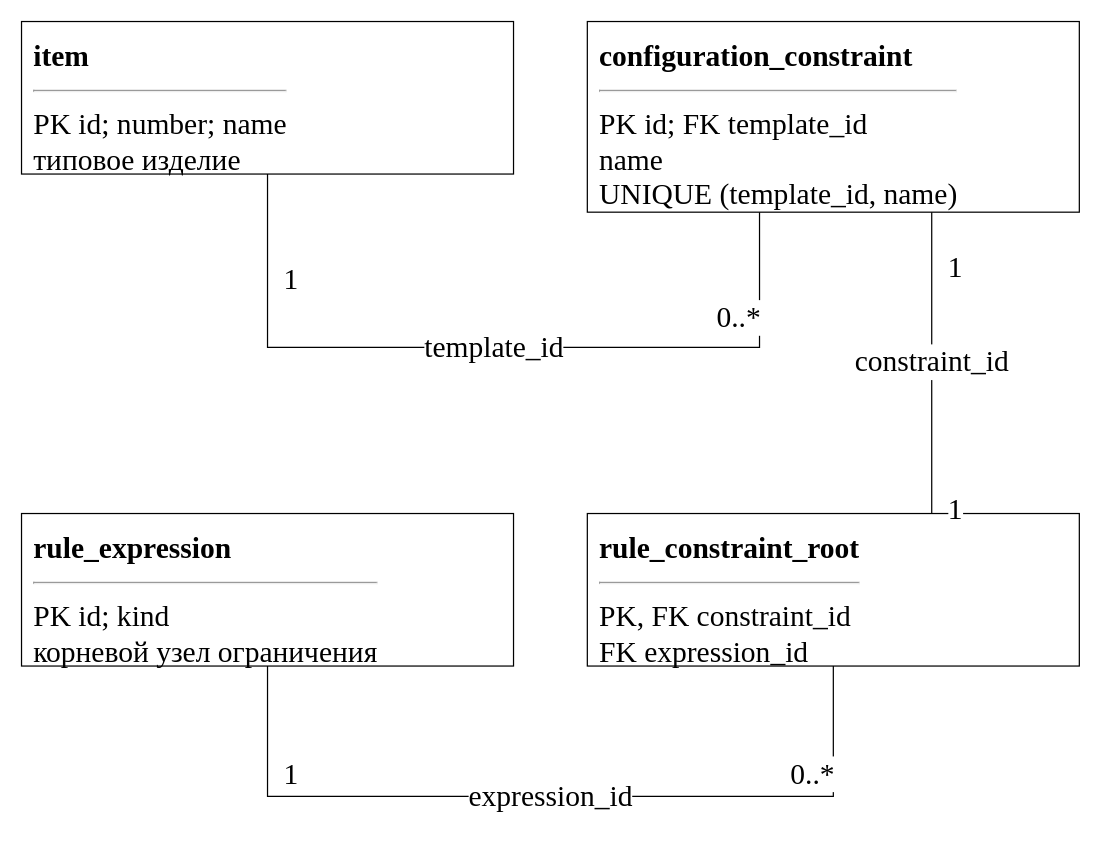
10xtheo/mispris-sem7 keeps this draw.io diagram as utils/lab7/diagrams/10_erd_constraint_roots.drawio. Above is the earlier version. Source tidied: cells renumbered, new cells numbered last; positions are measured from the earlier drawing's top-left corner, leaving out a move shared by most shapes. Both pictures are drawn from the tidied source at 123%, with x=0, y=0 at pixel (21, 21).
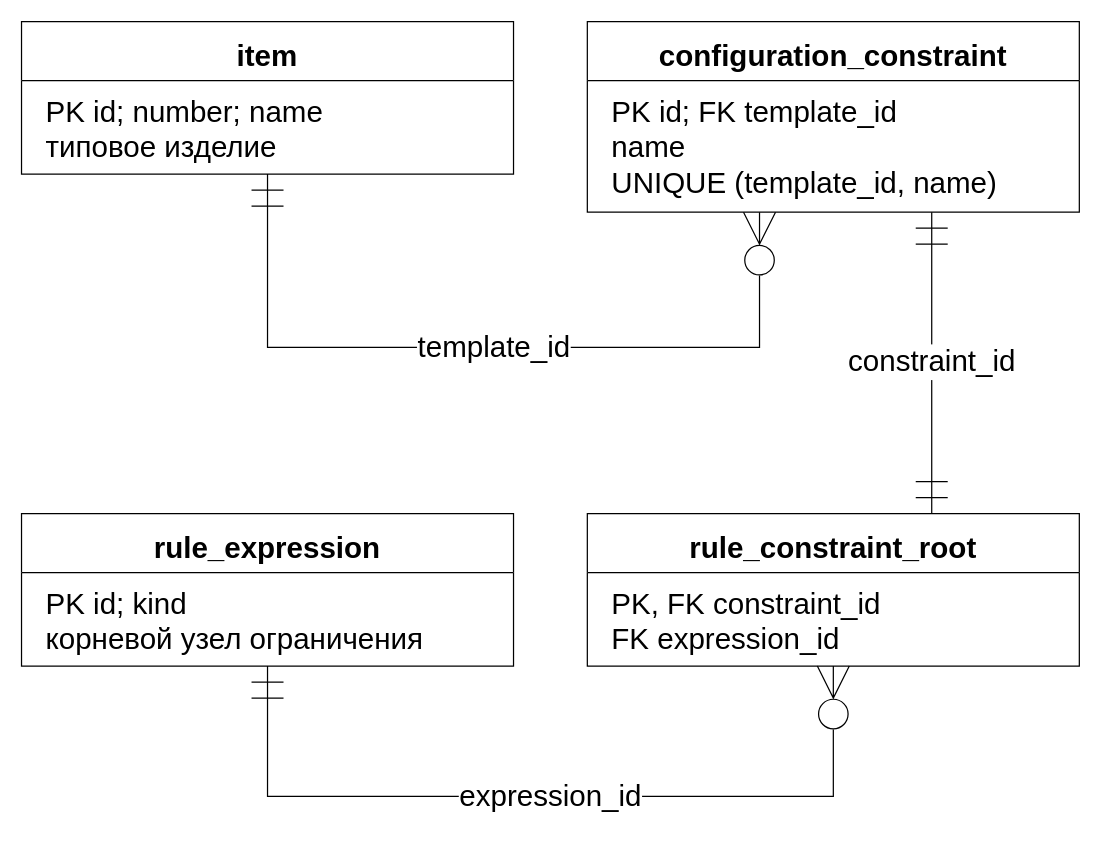
The same page after the edit.

Diff of the diagram source:
```diff
@@
 <mxGraphModel>
   <root>
     <mxCell id="0" />
     <mxCell id="1" parent="0" />
-    <mxCell id="2" value="&lt;b&gt;item&lt;/b&gt;&lt;hr&gt;PK id; number; name&lt;br&gt;типовое изделие" style="rounded=0;whiteSpace=wrap;html=1;align=left;verticalAlign=top;fontFamily=Times New Roman;fontSize=24;spacing=10;fillColor=#ffffff;strokeColor=#000000;" parent="1" vertex="1">
+    <mxCell id="2" value="item" style="rounded=0;whiteSpace=wrap;html=1;align=center;verticalAlign=top;fontFamily=Arial;fontSize=24;spacing=10;fillColor=#ffffff;strokeColor=#000000;shape=swimlane;startSize=48;fontStyle=1;swimlaneFillColor=#ffffff;" parent="1" vertex="1">
       <mxGeometry width="400" height="124" as="geometry" />
     </mxCell>
+    <mxCell id="15" value="PK id; number; name&lt;br&gt;типовое изделие" style="text;html=1;align=left;verticalAlign=top;fontFamily=Arial;fontSize=24;spacingLeft=18;spacingTop=5;fillColor=none;strokeColor=none;" parent="2" vertex="1">
+      <mxGeometry y="48" width="400" height="76" as="geometry" />
+    </mxCell>
-    <mxCell id="3" value="&lt;b&gt;configuration_constraint&lt;/b&gt;&lt;hr&gt;PK id; FK template_id&lt;br&gt;name&lt;br&gt;UNIQUE (template_id, name)" style="rounded=0;whiteSpace=wrap;html=1;align=left;verticalAlign=top;fontFamily=Times New Roman;fontSize=24;spacing=10;fillColor=#ffffff;strokeColor=#000000;" parent="1" vertex="1">
+    <mxCell id="3" value="configuration_constraint" style="rounded=0;whiteSpace=wrap;html=1;align=center;verticalAlign=top;fontFamily=Arial;fontSize=24;spacing=10;fillColor=#ffffff;strokeColor=#000000;shape=swimlane;startSize=48;fontStyle=1;swimlaneFillColor=#ffffff;" parent="1" vertex="1">
       <mxGeometry x="460" width="400" height="155" as="geometry" />
     </mxCell>
+    <mxCell id="16" value="PK id; FK template_id&lt;br&gt;name&lt;br&gt;UNIQUE (template_id, name)" style="text;html=1;align=left;verticalAlign=top;fontFamily=Arial;fontSize=24;spacingLeft=18;spacingTop=5;fillColor=none;strokeColor=none;" parent="3" vertex="1">
+      <mxGeometry y="48" width="400" height="107" as="geometry" />
+    </mxCell>
-    <mxCell id="4" value="&lt;b&gt;rule_constraint_root&lt;/b&gt;&lt;hr&gt;PK, FK constraint_id&lt;br&gt;FK expression_id" style="rounded=0;whiteSpace=wrap;html=1;align=left;verticalAlign=top;fontFamily=Times New Roman;fontSize=24;spacing=10;fillColor=#ffffff;strokeColor=#000000;" parent="1" vertex="1">
+    <mxCell id="4" value="rule_constraint_root" style="rounded=0;whiteSpace=wrap;html=1;align=center;verticalAlign=top;fontFamily=Arial;fontSize=24;spacing=10;fillColor=#ffffff;strokeColor=#000000;shape=swimlane;startSize=48;fontStyle=1;swimlaneFillColor=#ffffff;" parent="1" vertex="1">
       <mxGeometry x="460" y="400" width="400" height="124" as="geometry" />
     </mxCell>
+    <mxCell id="17" value="PK, FK constraint_id&lt;br&gt;FK expression_id" style="text;html=1;align=left;verticalAlign=top;fontFamily=Arial;fontSize=24;spacingLeft=18;spacingTop=5;fillColor=none;strokeColor=none;" parent="4" vertex="1">
+      <mxGeometry y="48" width="400" height="76" as="geometry" />
+    </mxCell>
-    <mxCell id="5" value="&lt;b&gt;rule_expression&lt;/b&gt;&lt;hr&gt;PK id; kind&lt;br&gt;корневой узел ограничения" style="rounded=0;whiteSpace=wrap;html=1;align=left;verticalAlign=top;fontFamily=Times New Roman;fontSize=24;spacing=10;fillColor=#ffffff;strokeColor=#000000;" parent="1" vertex="1">
+    <mxCell id="5" value="rule_expression" style="rounded=0;whiteSpace=wrap;html=1;align=center;verticalAlign=top;fontFamily=Arial;fontSize=24;spacing=10;fillColor=#ffffff;strokeColor=#000000;shape=swimlane;startSize=48;fontStyle=1;swimlaneFillColor=#ffffff;" parent="1" vertex="1">
       <mxGeometry y="400" width="400" height="124" as="geometry" />
     </mxCell>
+    <mxCell id="18" value="PK id; kind&lt;br&gt;корневой узел ограничения" style="text;html=1;align=left;verticalAlign=top;fontFamily=Arial;fontSize=24;spacingLeft=18;spacingTop=5;fillColor=none;strokeColor=none;" parent="5" vertex="1">
+      <mxGeometry y="48" width="400" height="76" as="geometry" />
+    </mxCell>
-    <mxCell id="6" value="template_id" style="edgeStyle=orthogonalEdgeStyle;rounded=0;html=1;endArrow=open;fontFamily=Times New Roman;fontSize=24;labelBackgroundColor=#ffffff;exitX=0.35;exitY=1.0;entryX=0.5;entryY=1.0;endArrow=none;startArrow=none;" parent="1" edge="1" source="3" target="2">
+    <mxCell id="6" value="template_id" style="edgeStyle=orthogonalEdgeStyle;rounded=0;html=1;endArrow=open;fontFamily=Arial;fontSize=24;labelBackgroundColor=#ffffff;exitX=0.35;exitY=1.0;entryX=0.5;entryY=1.0;endArrow=none;startArrow=none;startArrow=ERzeroToMany;endArrow=ERmandOne;startFill=0;endFill=0;startSize=24;endSize=24;" parent="1" edge="1" source="3" target="2">
       <mxGeometry relative="1" as="geometry">
         <Array as="points">
           <mxPoint x="600" y="265" />
           <mxPoint x="200" y="265" />
         </Array>
       </mxGeometry>
     </mxCell>
-    <mxCell id="7" value="0..*" style="edgeLabel;html=1;align=center;fontFamily=Times New Roman;fontSize=24;" parent="6" vertex="1">
-      <mxGeometry x="-0.8" y="-18" relative="1" as="geometry" />
-    </mxCell>
-    <mxCell id="8" value="1" style="edgeLabel;html=1;align=center;fontFamily=Times New Roman;fontSize=24;" parent="6" vertex="1">
-      <mxGeometry x="0.8" y="-18" relative="1" as="geometry" />
-    </mxCell>
-    <mxCell id="9" value="constraint_id" style="edgeStyle=orthogonalEdgeStyle;rounded=0;html=1;endArrow=open;fontFamily=Times New Roman;fontSize=24;labelBackgroundColor=#ffffff;exitX=0.7;exitY=0.0;entryX=0.7;entryY=1.0;endArrow=none;startArrow=none;" parent="1" edge="1" source="4" target="3">
+    <mxCell id="9" value="constraint_id" style="edgeStyle=orthogonalEdgeStyle;rounded=0;html=1;endArrow=open;fontFamily=Arial;fontSize=24;labelBackgroundColor=#ffffff;exitX=0.7;exitY=0.0;entryX=0.7;entryY=1.0;endArrow=none;startArrow=none;startArrow=ERmandOne;endArrow=ERmandOne;startFill=0;endFill=0;startSize=24;endSize=24;" parent="1" edge="1" source="4" target="3">
       <mxGeometry relative="1" as="geometry" />
     </mxCell>
-    <mxCell id="10" value="1" style="edgeLabel;html=1;align=center;fontFamily=Times New Roman;fontSize=24;" parent="9" vertex="1">
-      <mxGeometry x="-0.8" y="-18" relative="1" as="geometry" />
-    </mxCell>
-    <mxCell id="11" value="1" style="edgeLabel;html=1;align=center;fontFamily=Times New Roman;fontSize=24;" parent="9" vertex="1">
-      <mxGeometry x="0.8" y="-18" relative="1" as="geometry" />
-    </mxCell>
-    <mxCell id="12" value="expression_id" style="edgeStyle=orthogonalEdgeStyle;rounded=0;html=1;endArrow=open;fontFamily=Times New Roman;fontSize=24;labelBackgroundColor=#ffffff;exitX=0.5;exitY=1.0;entryX=0.5;entryY=1.0;endArrow=none;startArrow=none;" parent="1" edge="1" source="4" target="5">
+    <mxCell id="12" value="expression_id" style="edgeStyle=orthogonalEdgeStyle;rounded=0;html=1;endArrow=open;fontFamily=Arial;fontSize=24;labelBackgroundColor=#ffffff;exitX=0.5;exitY=1.0;entryX=0.5;entryY=1.0;endArrow=none;startArrow=none;startArrow=ERzeroToMany;endArrow=ERmandOne;startFill=0;endFill=0;startSize=24;endSize=24;" parent="1" edge="1" source="4" target="5">
       <mxGeometry relative="1" as="geometry">
         <Array as="points">
           <mxPoint x="660" y="630" />
           <mxPoint x="200" y="630" />
         </Array>
       </mxGeometry>
     </mxCell>
-    <mxCell id="13" value="0..*" style="edgeLabel;html=1;align=center;fontFamily=Times New Roman;fontSize=24;" parent="12" vertex="1">
-      <mxGeometry x="-0.8" y="-18" relative="1" as="geometry" />
-    </mxCell>
-    <mxCell id="14" value="1" style="edgeLabel;html=1;align=center;fontFamily=Times New Roman;fontSize=24;" parent="12" vertex="1">
-      <mxGeometry x="0.8" y="-18" relative="1" as="geometry" />
-    </mxCell>
   </root>
 </mxGraphModel>
```
